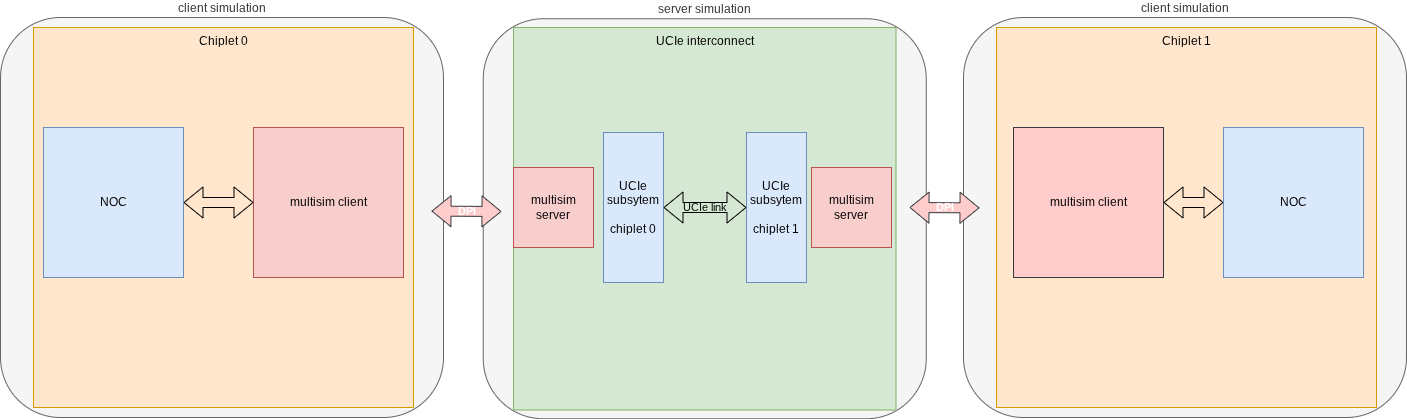
Before: .assets/multisim_multi_chiplet_UCIE.drawio.png, a diagram exported from draw.io (zarubaf/multisim). Source tidied: cells renumbered, new cells last; positions are measured from the earlier drawing's top-left corner, leaving out a move shared by most shapes.
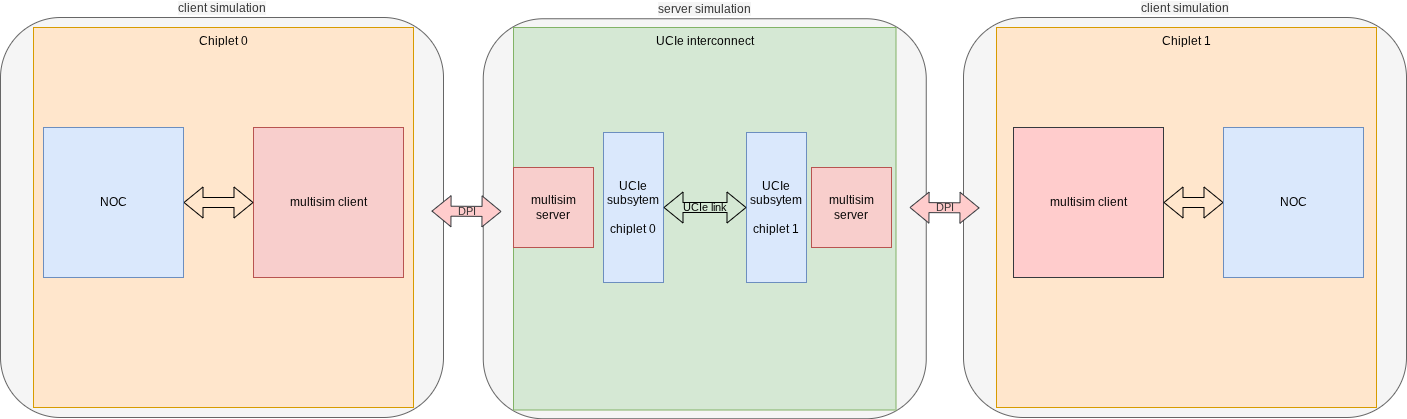
After the commit.

The edit, as a diff of the source:
```diff
@@ -2,10 +2,10 @@
   <root>
     <mxCell id="0" />
     <mxCell id="1" parent="0" />
-    <mxCell id="2" value="server simulation" style="rounded=1;whiteSpace=wrap;html=1;labelPosition=center;verticalLabelPosition=top;align=center;verticalAlign=bottom;fillColor=#f5f5f5;strokeColor=#666666;fontColor=#333333;" parent="1" vertex="1">
+    <mxCell id="2" value="server simulation" style="rounded=1;whiteSpace=wrap;html=1;labelPosition=center;verticalLabelPosition=top;align=center;verticalAlign=bottom;fillColor=#f5f5f5;strokeColor=#666666;fontColor=#333333;labelBackgroundColor=#F5F5F5;" parent="1" vertex="1">
       <mxGeometry x="482.8" y="1.2" width="443" height="400" as="geometry" />
     </mxCell>
-    <mxCell id="3" value="client&lt;span style=&quot;background-color: transparent;&quot;&gt;&amp;nbsp;simulation&lt;/span&gt;" style="rounded=1;whiteSpace=wrap;html=1;labelPosition=center;verticalLabelPosition=top;align=center;verticalAlign=bottom;fillColor=#f5f5f5;strokeColor=#666666;fontColor=#333333;" parent="1" vertex="1">
+    <mxCell id="3" value="client&lt;span style=&quot;&quot;&gt;&amp;nbsp;simulation&lt;/span&gt;" style="rounded=1;whiteSpace=wrap;html=1;labelPosition=center;verticalLabelPosition=top;align=center;verticalAlign=bottom;fillColor=#f5f5f5;strokeColor=#666666;fontColor=#333333;labelBackgroundColor=#F5F5F5;" parent="1" vertex="1">
       <mxGeometry width="443" height="400" as="geometry" />
     </mxCell>
     <mxCell id="4" value="Chiplet 0" style="whiteSpace=wrap;html=1;fillColor=#ffe6cc;strokeColor=#d79b00;align=center;labelPosition=center;verticalLabelPosition=middle;verticalAlign=top;" parent="1" vertex="1">
@@ -14,7 +14,7 @@
     <mxCell id="5" value="multisim client" style="whiteSpace=wrap;html=1;fillColor=#f8cecc;strokeColor=#b85450;" parent="1" vertex="1">
       <mxGeometry x="253" y="110" width="150" height="150" as="geometry" />
     </mxCell>
-    <mxCell id="6" value="DPI" style="shape=flexArrow;endArrow=classic;startArrow=classic;html=1;rounded=0;fillColor=#ffcccc;strokeColor=#36393d;labelBackgroundColor=none;labelBorderColor=none;textShadow=0;fontStyle=1;fontColor=#FFFFFF;" parent="1" edge="1">
+    <mxCell id="6" value="DPI" style="shape=flexArrow;endArrow=classic;startArrow=classic;html=1;rounded=0;fillColor=#ffcccc;strokeColor=#36393d;labelBackgroundColor=none;labelBorderColor=none;textShadow=0;fontStyle=0;fontColor=#333333;" parent="1" edge="1">
       <mxGeometry relative="1" as="geometry">
         <mxPoint x="431" y="193.6" as="sourcePoint" />
         <mxPoint x="501" y="194" as="targetPoint" />
@@ -26,7 +26,7 @@
     <mxCell id="8" value="NOC" style="rounded=0;whiteSpace=wrap;html=1;fillColor=#dae8fc;strokeColor=#6c8ebf;" parent="1" vertex="1">
       <mxGeometry x="43" y="110" width="140" height="150" as="geometry" />
     </mxCell>
-    <mxCell id="9" value="client simulation" style="rounded=1;whiteSpace=wrap;html=1;labelPosition=center;verticalLabelPosition=top;align=center;verticalAlign=bottom;direction=east;fillColor=#f5f5f5;fontColor=#333333;strokeColor=#666666;" parent="1" vertex="1">
+    <mxCell id="9" value="client simulation" style="rounded=1;whiteSpace=wrap;html=1;labelPosition=center;verticalLabelPosition=top;align=center;verticalAlign=bottom;direction=east;fillColor=#f5f5f5;fontColor=#333333;strokeColor=#666666;labelBackgroundColor=#F5F5F5;" parent="1" vertex="1">
       <mxGeometry x="963" width="443" height="400" as="geometry" />
     </mxCell>
     <mxCell id="10" value="Chiplet 1" style="whiteSpace=wrap;html=1;fillColor=#ffe6cc;strokeColor=#d79b00;align=center;labelPosition=center;verticalLabelPosition=middle;verticalAlign=top;direction=east;" parent="1" vertex="1">
@@ -66,7 +66,7 @@
         <mxPoint x="6" y="-4" as="offset" />
       </mxGeometry>
     </mxCell>
-    <mxCell id="21" value="DPI" style="shape=flexArrow;endArrow=classic;startArrow=classic;html=1;rounded=0;fillColor=#ffcccc;strokeColor=#36393d;labelBackgroundColor=none;labelBorderColor=none;textShadow=0;fontStyle=1;fontColor=#FFFFFF;" parent="1" edge="1">
+    <mxCell id="21" value="DPI" style="shape=flexArrow;endArrow=classic;startArrow=classic;html=1;rounded=0;fillColor=#ffcccc;strokeColor=#36393d;labelBackgroundColor=none;labelBorderColor=none;textShadow=0;fontStyle=0;fontColor=#333333;" parent="1" edge="1">
       <mxGeometry relative="1" as="geometry">
         <mxPoint x="909" y="190" as="sourcePoint" />
         <mxPoint x="979" y="190.4" as="targetPoint" />
```
